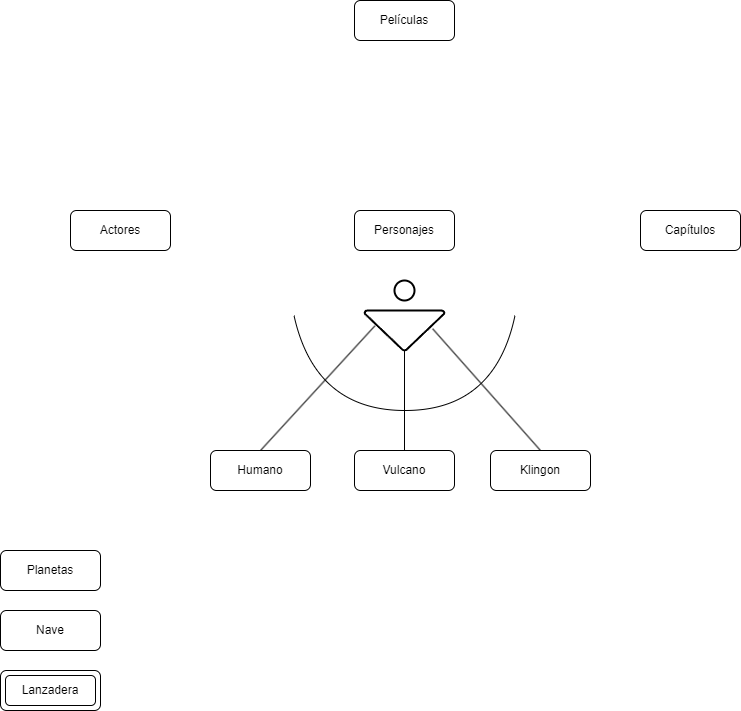
The draw.io diagram Unidad-1/Tareas/Tareas-evaluables/Tarea-evaluable-3/tarea-evaluable3.drawio.png in LuisMGlez/base-datos, before a commit. Source tidied: cells renumbered, new cells last; positions are measured from the earlier drawing's top-left corner, leaving out a move shared by most shapes.
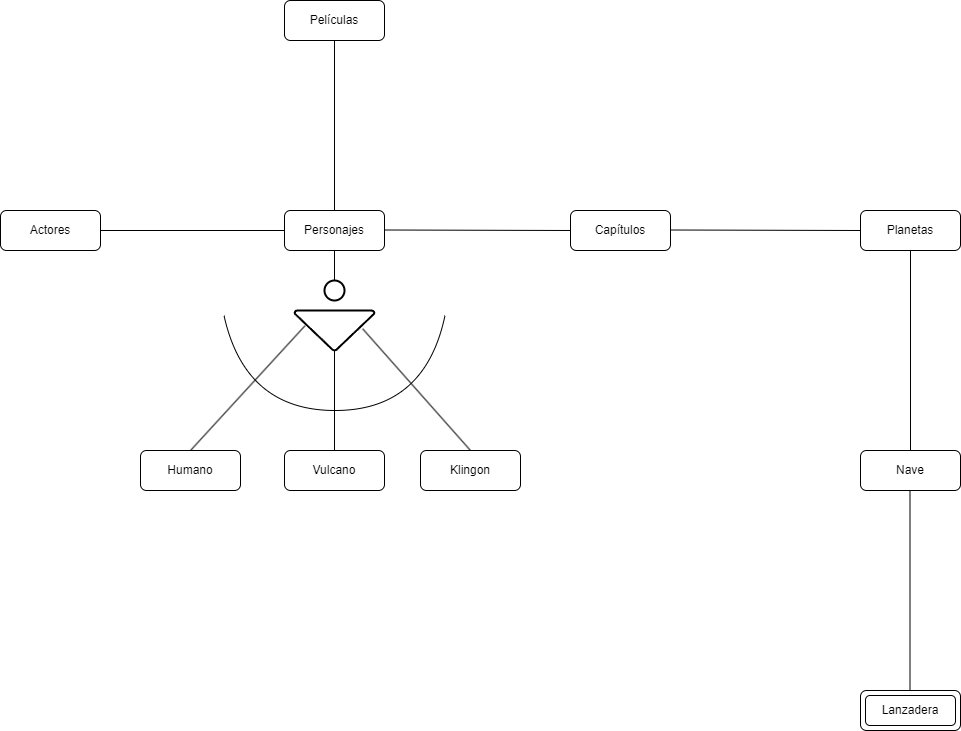
The same diagram one commit later.

Diff of the diagram source:
```diff
@@ -3,14 +3,20 @@
     <mxCell id="0" />
     <mxCell id="1" parent="0" />
     <mxCell id="2" value="Lanzadera" style="rounded=1;whiteSpace=wrap;html=1;" parent="1" vertex="1">
-      <mxGeometry y="670" width="100" height="40" as="geometry" />
+      <mxGeometry x="930" y="690" width="100" height="40" as="geometry" />
     </mxCell>
     <mxCell id="3" value="Nave" style="rounded=1;whiteSpace=wrap;html=1;" parent="1" vertex="1">
-      <mxGeometry y="610" width="100" height="40" as="geometry" />
+      <mxGeometry x="930" y="450" width="100" height="40" as="geometry" />
     </mxCell>
+    <mxCell id="19" style="edgeStyle=orthogonalEdgeStyle;rounded=0;jettySize=auto;html=1;exitX=0.5;exitY=1;exitDx=0;exitDy=0;entryX=0.5;entryY=0;entryDx=0;entryDy=0;endArrow=none;endFill=0;" parent="1" edge="1" source="4" target="3">
+      <mxGeometry relative="1" as="geometry" />
+    </mxCell>
     <mxCell id="4" value="Planetas" style="rounded=1;whiteSpace=wrap;html=1;" parent="1" vertex="1">
-      <mxGeometry y="550" width="100" height="40" as="geometry" />
+      <mxGeometry x="930" y="210" width="100" height="40" as="geometry" />
     </mxCell>
+    <mxCell id="20" style="edgeStyle=orthogonalEdgeStyle;rounded=0;jettySize=auto;html=1;exitX=0.5;exitY=1;exitDx=0;exitDy=0;entryX=0.5;entryY=0;entryDx=0;entryDy=0;endArrow=none;endFill=0;" parent="1" edge="1" source="5" target="7">
+      <mxGeometry relative="1" as="geometry" />
+    </mxCell>
     <mxCell id="5" value="Películas" style="rounded=1;whiteSpace=wrap;html=1;" parent="1" vertex="1">
       <mxGeometry x="354" width="100" height="40" as="geometry" />
     </mxCell>
@@ -20,11 +26,14 @@
     <mxCell id="7" value="Personajes" style="rounded=1;whiteSpace=wrap;html=1;" parent="1" vertex="1">
       <mxGeometry x="354" y="210" width="100" height="40" as="geometry" />
     </mxCell>
+    <mxCell id="21" style="edgeStyle=orthogonalEdgeStyle;rounded=0;jettySize=auto;html=1;exitX=1;exitY=0.5;exitDx=0;exitDy=0;entryX=0;entryY=0.5;entryDx=0;entryDy=0;endArrow=none;endFill=0;" parent="1" edge="1" source="8" target="7">
+      <mxGeometry relative="1" as="geometry" />
+    </mxCell>
     <mxCell id="8" value="Actores" style="rounded=1;whiteSpace=wrap;html=1;" parent="1" vertex="1">
       <mxGeometry x="70" y="210" width="100" height="40" as="geometry" />
     </mxCell>
     <mxCell id="9" value="Lanzadera" style="rounded=1;whiteSpace=wrap;html=1;" parent="1" vertex="1">
-      <mxGeometry x="5" y="675" width="90" height="30" as="geometry" />
+      <mxGeometry x="935" y="695" width="90" height="30" as="geometry" />
     </mxCell>
     <mxCell id="10" style="edgeStyle=orthogonalEdgeStyle;rounded=0;jettySize=auto;html=1;exitX=0.5;exitY=1;exitDx=0;exitDy=0;exitPerimeter=0;entryX=0.5;entryY=0;entryDx=0;entryDy=0;endArrow=none;endFill=0;" parent="1" edge="1" source="11" target="16">
       <mxGeometry relative="1" as="geometry" />
@@ -60,5 +69,24 @@
     <mxCell id="18" style="rounded=0;jettySize=auto;html=1;exitX=0.5;exitY=0;exitDx=0;exitDy=0;entryX=0.852;entryY=0.457;entryDx=0;entryDy=0;entryPerimeter=0;endArrow=none;endFill=0;" parent="1" edge="1" source="15" target="11">
       <mxGeometry relative="1" as="geometry" />
     </mxCell>
+    <mxCell id="22" style="edgeStyle=orthogonalEdgeStyle;rounded=0;jettySize=auto;html=1;exitX=0.5;exitY=1;exitDx=0;exitDy=0;entryX=0.5;entryY=0;entryDx=0;entryDy=0;entryPerimeter=0;endArrow=none;endFill=0;" parent="1" edge="1" source="7" target="12">
+      <mxGeometry relative="1" as="geometry" />
+    </mxCell>
+    <mxCell id="23" style="edgeStyle=orthogonalEdgeStyle;rounded=0;jettySize=auto;html=1;exitX=1;exitY=0.5;exitDx=0;exitDy=0;entryX=0;entryY=0.5;entryDx=0;entryDy=0;endArrow=none;endFill=0;" parent="1" edge="1" target="4">
+      <mxGeometry relative="1" as="geometry">
+        <mxPoint x="740" y="229.5" as="sourcePoint" />
+      </mxGeometry>
+    </mxCell>
+    <mxCell id="24" style="edgeStyle=orthogonalEdgeStyle;rounded=0;jettySize=auto;html=1;exitX=1;exitY=0.5;exitDx=0;exitDy=0;endArrow=none;endFill=0;entryX=0;entryY=0.5;entryDx=0;entryDy=0;" parent="1" edge="1" target="6">
+      <mxGeometry relative="1" as="geometry">
+        <mxPoint x="454" y="229.5" as="sourcePoint" />
+      </mxGeometry>
+    </mxCell>
+    <mxCell id="25" style="edgeStyle=orthogonalEdgeStyle;rounded=0;orthogonalLoop=1;jettySize=auto;html=1;exitX=0.5;exitY=1;exitDx=0;exitDy=0;entryX=0.5;entryY=0;entryDx=0;entryDy=0;endArrow=none;endFill=0;" parent="1" edge="1">
+      <mxGeometry relative="1" as="geometry">
+        <mxPoint x="979.5" y="490" as="sourcePoint" />
+        <mxPoint x="979.5" y="690" as="targetPoint" />
+      </mxGeometry>
+    </mxCell>
   </root>
 </mxGraphModel>
```
